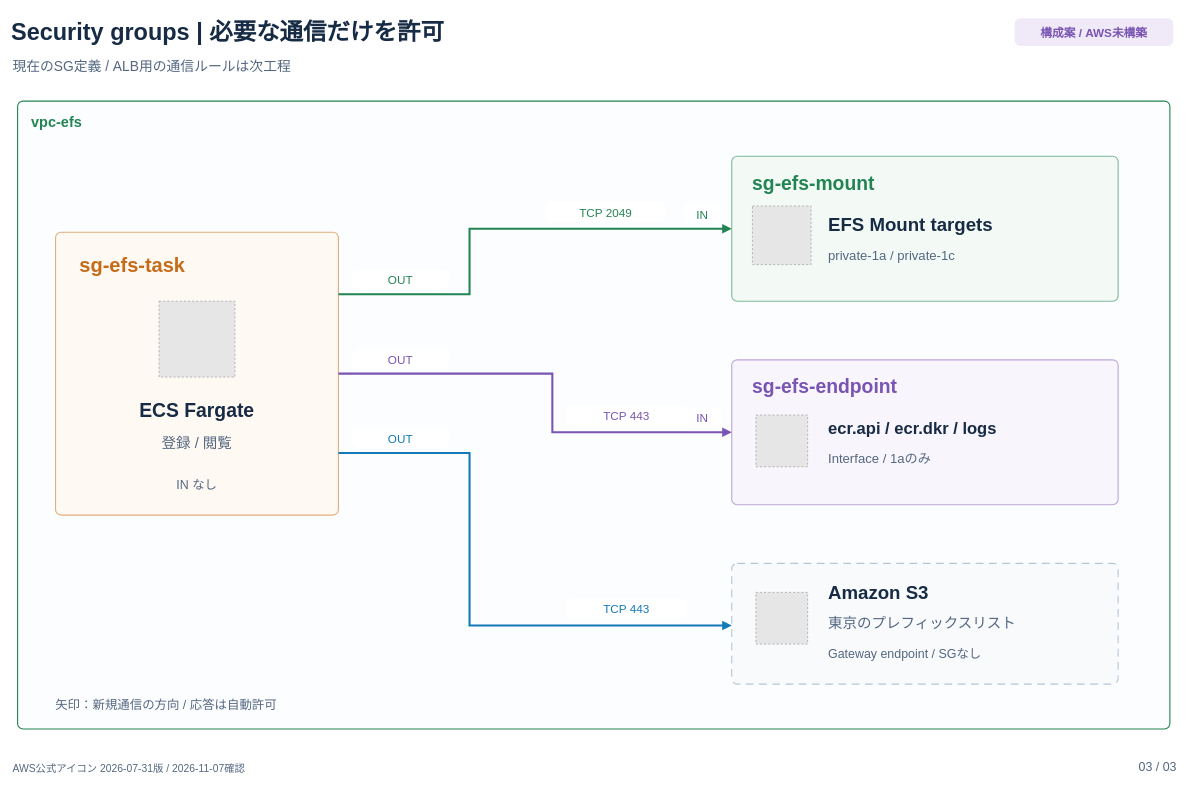
This is page "03 SG・通信ルール" (3 of 3) of docs/architecture/efs-architecture.drawio from tikyuu/efs-portfolio, a draw.io file, before an edit. Source tidied: cells renumbered, new cells numbered last; positions are measured from the earlier drawing's top-left corner, leaving out a move shared by most shapes. Both pictures are drawn from the tidied source at 69%, with x=0, y=0 at pixel (11, 11). Pictures stored in the file or linked from it are replaced by grey dashed boxes.
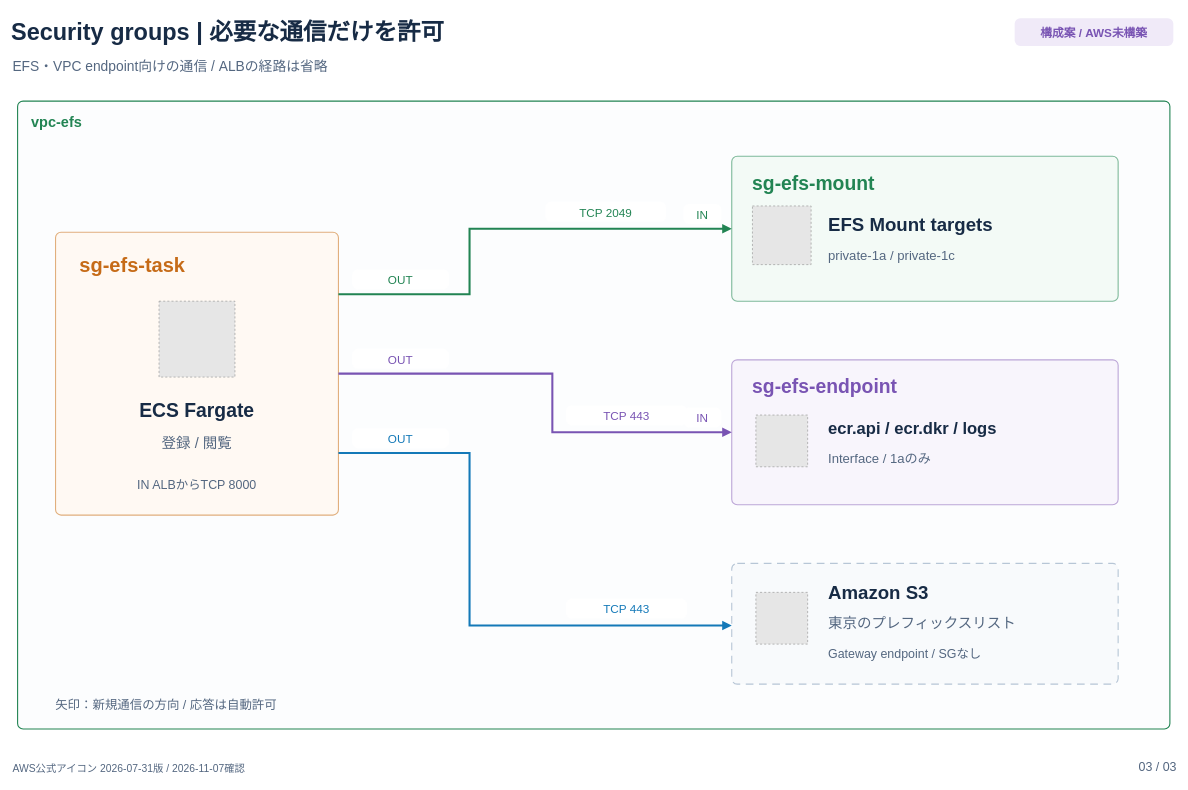
The same page after the edit.

The change refers to these unchanged cells:
```xml
<mxCell id="3" style="html=0;whiteSpace=nowrap;fontFamily=Hiragino Sans;fontColor=#172B45;rounded=1;absoluteArcSize=1;arcSize=16;fillColor=#FFF9F3;strokeColor=#E1AF7D;strokeWidth=1.6;dashed=0;dashPattern=7 5;" parent="2" vertex="1">
  <mxGeometry x="55" y="190" width="410" height="410" as="geometry" />
</mxCell>
```

Change to the diagram source:
```diff
@@
-    <mxCell id="24" value="現在のSG定義  /  ALB用の通信ルールは次工程" style="html=0;whiteSpace=nowrap;fontFamily=Hiragino Sans;fontColor=#172B45;text;strokeColor=none;fillColor=none;align=left;verticalAlign=middle;spacing=0;fontColor=#546780;fontSize=20;fontStyle=0;lineHeight=1.45;" parent="1" vertex="1">
+    <mxCell id="24" value="EFS・VPC endpoint向けの通信 / ALBの経路は省略" style="html=0;whiteSpace=nowrap;fontFamily=Hiragino Sans;fontColor=#172B45;text;strokeColor=none;fillColor=none;align=left;verticalAlign=middle;spacing=0;fontColor=#546780;fontSize=20;fontStyle=0;lineHeight=1.45;" parent="1" vertex="1">
       <mxGeometry x="2" y="61" width="1450" height="35" as="geometry" />
     </mxCell>
@@
-    <mxCell id="32" value="IN なし" style="html=0;whiteSpace=nowrap;fontFamily=Hiragino Sans;fontColor=#172B45;text;strokeColor=none;fillColor=none;align=center;verticalAlign=middle;spacing=0;fontColor=#546780;fontSize=18;fontStyle=0;lineHeight=1.45;" parent="3" vertex="1">
+    <mxCell id="32" value="IN  ALBからTCP 8000" style="html=0;whiteSpace=nowrap;fontFamily=Hiragino Sans;fontColor=#172B45;text;strokeColor=none;fillColor=none;align=center;verticalAlign=middle;spacing=0;fontColor=#546780;fontSize=18;fontStyle=0;lineHeight=1.45;" parent="3" vertex="1">
       <mxGeometry x="35" y="350" width="340" height="30" as="geometry" />
     </mxCell>
```
